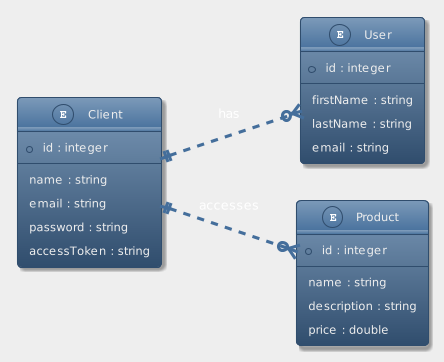
The PlantUML diagram .diagrams/MLD.png in tomcdj71-openclassrooms/BileMo, before a commit.
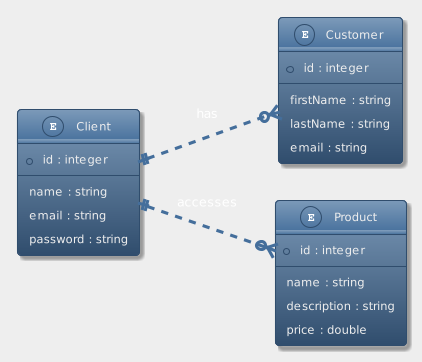
The same diagram one commit later.

Commit message:
docs: accessToken should not be in the database

Change to the diagram source:
```diff
@@ -12,10 +12,9 @@
   name : string
   email : string
   password : string
-  accessToken : string
 }
 
-entity "User" as user {
+entity "Customer" as customer {
   +id : integer
   --
   firstName : string
@@ -31,6 +30,6 @@
   price : double
 }
 
-client ||..o{ user : has
+client ||..o{ customer : has
 client ||..o{ product : accesses
 @enduml
```
